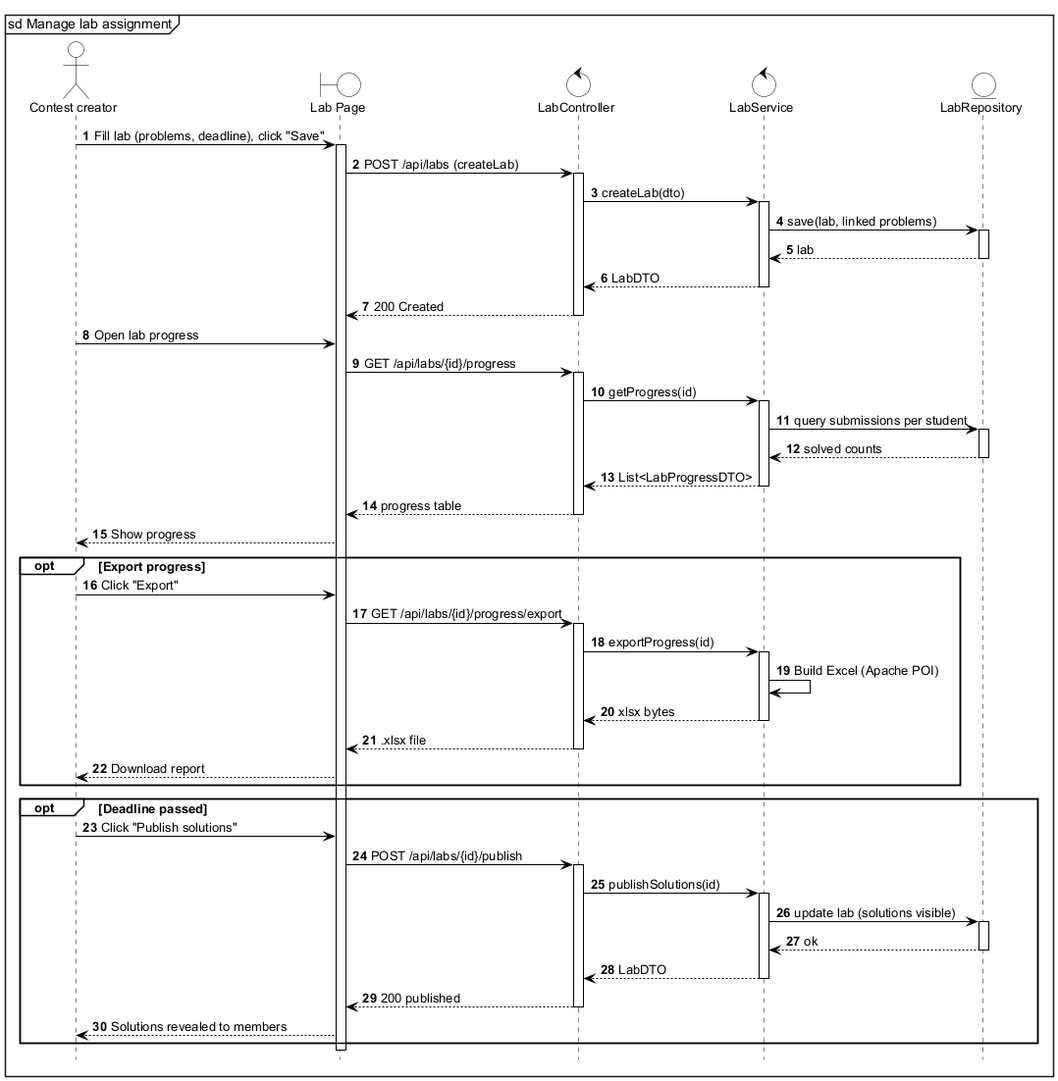
This is Thesis/final/figures/seq-manage-lab.png from InfiniteGosi/TDTUOJ, a PlantUML export, as it was before one commit. Source of this version:
```plantuml
@startuml seq-manage-lab
mainframe sd Manage lab assignment
hide footbox
skinparam shadowing false
skinparam defaultFontName Arial
skinparam defaultFontSize 13
skinparam SequenceArrowColor #000000
skinparam SequenceLifeLineBorderColor #000000
skinparam SequenceGroupBorderColor #000000
skinparam SequenceGroupBackgroundColor #FFFFFF
skinparam ParticipantBackgroundColor #FFFFFF
skinparam ParticipantBorderColor #000000
skinparam ActorBackgroundColor #FFFFFF
skinparam ActorBorderColor #000000
skinparam BoundaryBackgroundColor #FFFFFF
skinparam BoundaryBorderColor #000000
skinparam ControlBackgroundColor #FFFFFF
skinparam ControlBorderColor #000000
skinparam EntityBackgroundColor #FFFFFF
skinparam EntityBorderColor #000000

autonumber

actor "Contest creator" as U
boundary "Lab Page" as UI
control "LabController" as C
control "LabService" as S
entity "LabRepository" as R

U -> UI : Fill lab (problems, deadline), click "Save"
activate UI
UI -> C : POST /api/labs (createLab)
activate C
C -> S : createLab(dto)
activate S
S -> R : save(lab, linked problems)
activate R
R --> S : lab
deactivate R
S --> C : LabDTO
deactivate S
C --> UI : 200 Created
deactivate C

U -> UI : Open lab progress
UI -> C : GET /api/labs/{id}/progress
activate C
C -> S : getProgress(id)
activate S
S -> R : query submissions per student
activate R
R --> S : solved counts
deactivate R
S --> C : List<LabProgressDTO>
deactivate S
C --> UI : progress table
deactivate C
UI --> U : Show progress

opt Export progress
  U -> UI : Click "Export"
  UI -> C : GET /api/labs/{id}/progress/export
  activate C
  C -> S : exportProgress(id)
  activate S
  S -> S : Build Excel (Apache POI)
  S --> C : xlsx bytes
  deactivate S
  C --> UI : .xlsx file
  deactivate C
  UI --> U : Download report
end

opt Deadline passed
  U -> UI : Click "Publish solutions"
  UI -> C : POST /api/labs/{id}/publish
  activate C
  C -> S : publishSolutions(id)
  activate S
  S -> R : update lab (solutions visible)
  activate R
  R --> S : ok
  deactivate R
  S --> C : LabDTO
  deactivate S
  C --> UI : 200 published
  deactivate C
  UI --> U : Solutions revealed to members
end
deactivate UI
@enduml
```
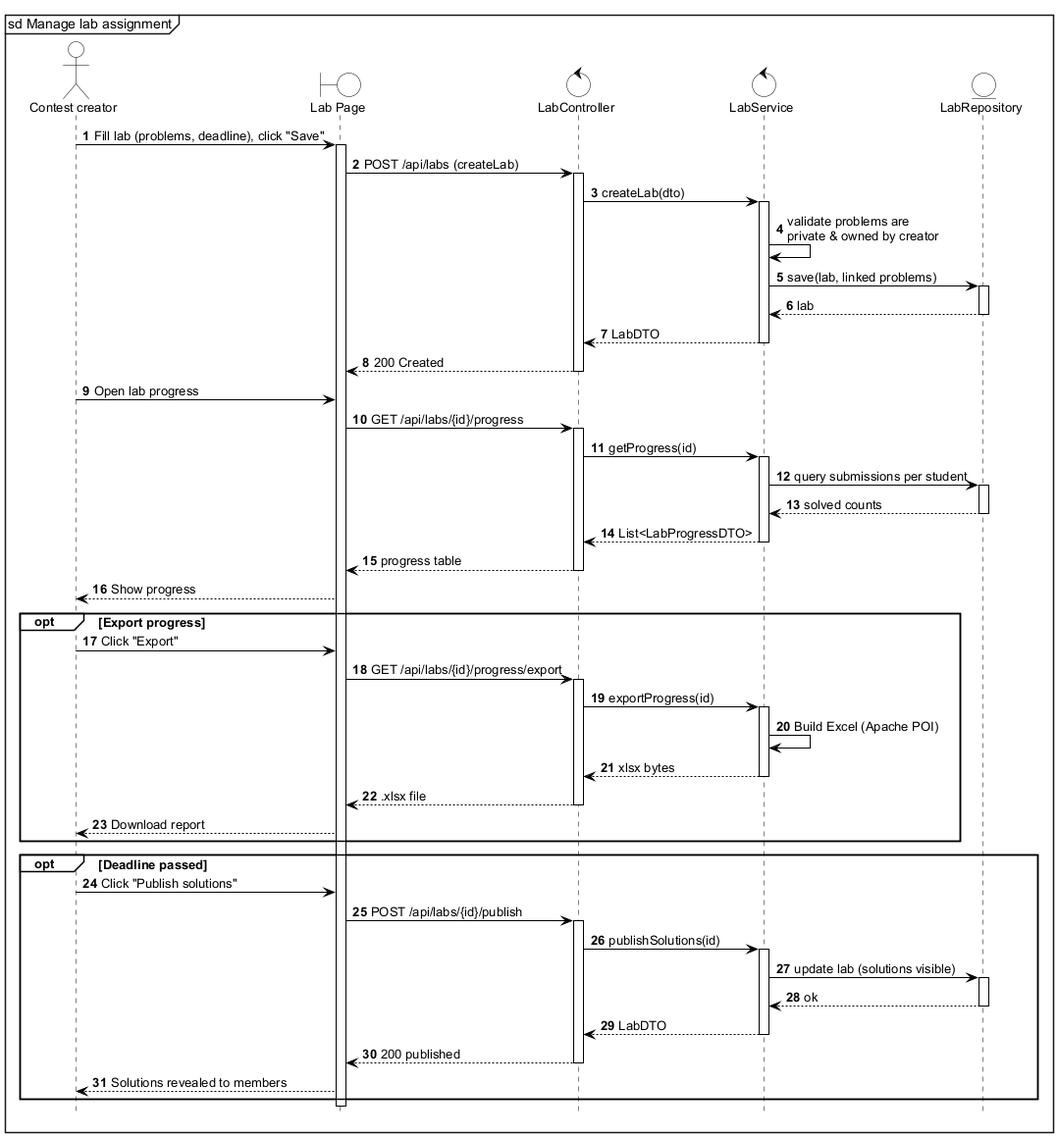
The same file after the commit.

Diff of the diagram source:
```diff
@@ -33,6 +33,7 @@
 activate C
 C -> S : createLab(dto)
 activate S
+S -> S : validate problems are\nprivate & owned by creator
 S -> R : save(lab, linked problems)
 activate R
 R --> S : lab
```
